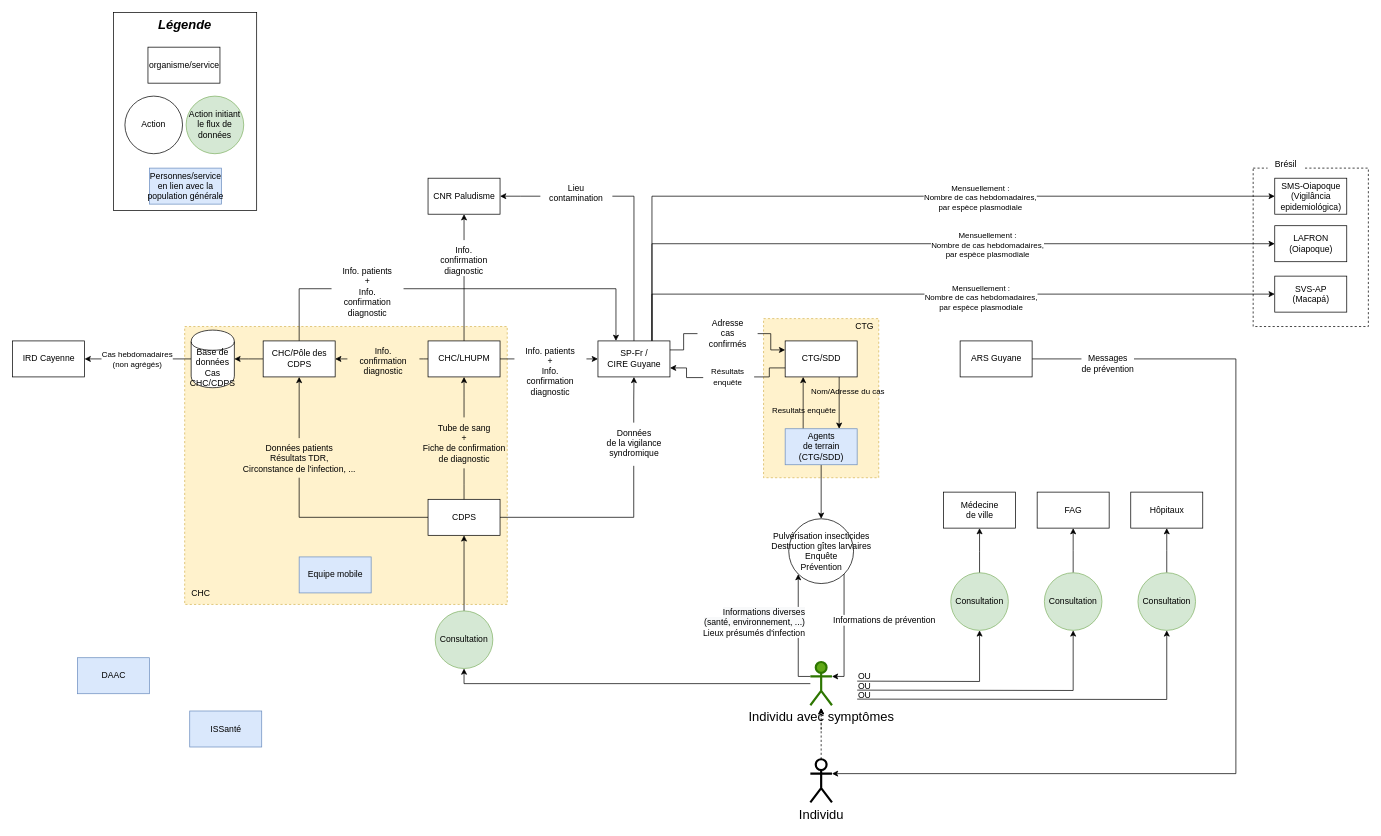
EmmanuelRouxIRD/VigiFront-Saude keeps this draw.io diagram as Paludisme_FR-GF.drawio. Above is the earlier version. Source tidied: cells renumbered, new cells numbered last; positions are measured from the earlier drawing's top-left corner, leaving out a move shared by most shapes. Both pictures are drawn from the tidied source at 72%, with x=0, y=0 at pixel (12, 12).
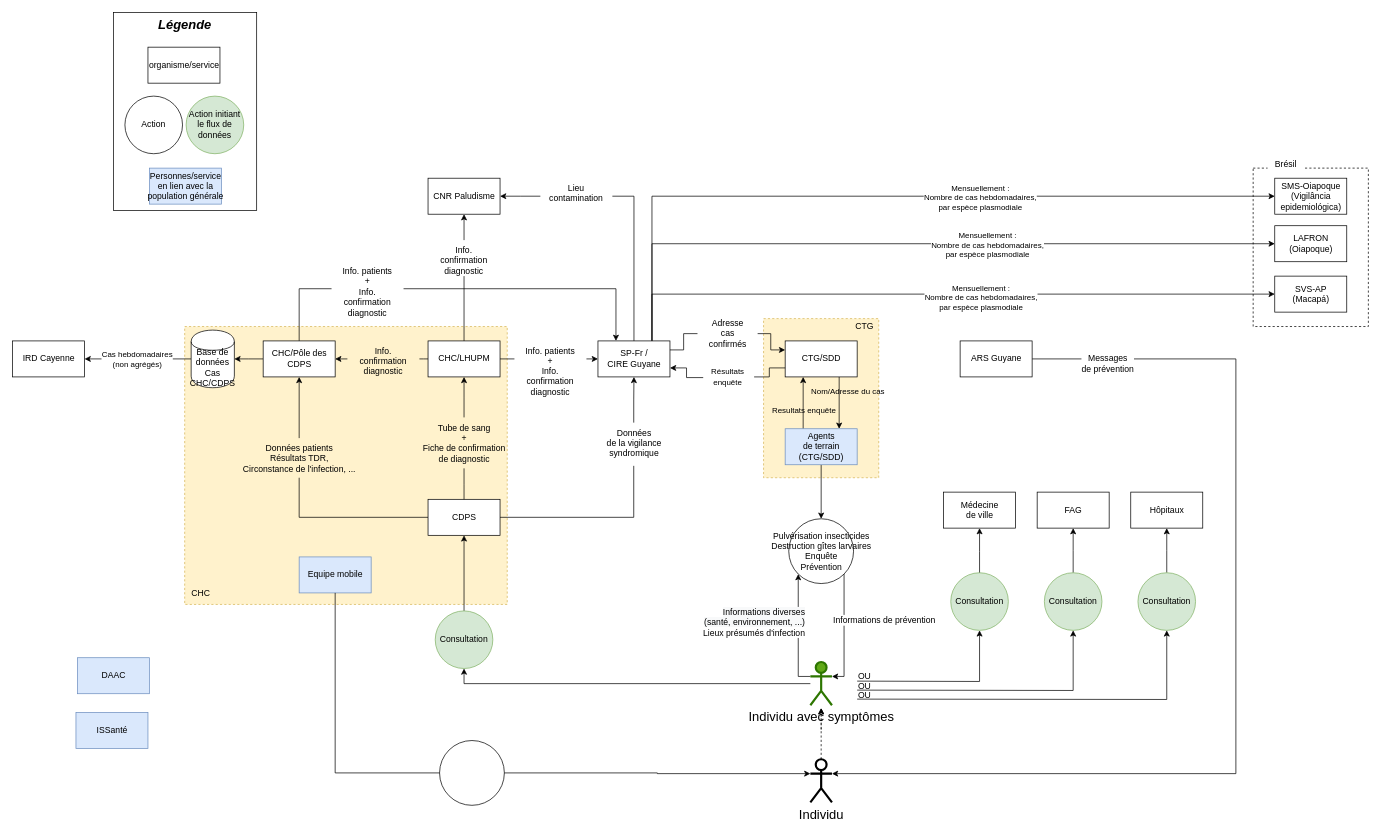
The same diagram, later.

Commit message (it also covers changes not shown here):
Mettre à jour Paludisme_FR-GF.drawio

The change refers to these unchanged cells:
```xml
<mxCell id="84" value="Equipe mobile" style="html=1;dashed=0;whitespace=wrap;fillColor=#dae8fc;strokeColor=#6c8ebf;" parent="1" vertex="1">
  <mxGeometry x="398" y="756" width="100" height="50" as="geometry" />
</mxCell>
<mxCell id="88" value="Individu" style="shape=umlActor;verticalLabelPosition=bottom;verticalAlign=top;html=1;outlineConnect=0;labelBackgroundColor=none;fontSize=18;strokeWidth=3;" parent="1" vertex="1">
  <mxGeometry x="1108" y="1037" width="30" height="60" as="geometry" />
</mxCell>
```

The edit, as a diff of the source:
```diff
@@
     <mxCell id="83" value="ISSanté" style="html=1;dashed=0;whitespace=wrap;fillColor=#dae8fc;strokeColor=#6c8ebf;" parent="1" vertex="1">
-      <mxGeometry x="246" y="970" width="100" height="50" as="geometry" />
+      <mxGeometry x="88" y="972" width="100" height="50" as="geometry" />
     </mxCell>
+    <mxCell id="104" style="edgeStyle=orthogonalEdgeStyle;rounded=0;jettySize=auto;html=1;entryX=0;entryY=0.3333333333333333;entryDx=0;entryDy=0;entryPerimeter=0;fontSize=12;fontColor=#000000;startArrow=none;startFill=0;endArrow=classic;endFill=1;exitX=1;exitY=0.5;exitDx=0;exitDy=0;" parent="1" edge="1" source="106" target="88">
+      <mxGeometry relative="1" as="geometry" />
+    </mxCell>
@@
+    <mxCell id="105" style="edgeStyle=orthogonalEdgeStyle;rounded=0;jettySize=auto;html=1;entryX=0;entryY=0.5;entryDx=0;entryDy=0;fontSize=12;fontColor=#000000;startArrow=none;startFill=0;endArrow=none;endFill=1;exitX=0.5;exitY=1;exitDx=0;exitDy=0;" parent="1" edge="1" source="84" target="106">
+      <mxGeometry relative="1" as="geometry" />
+    </mxCell>
+    <mxCell id="106" value="&lt;div style=&quot;&quot;&gt;&lt;br&gt;&lt;/div&gt;" style="shape=ellipse;html=1;dashed=0;whitespace=wrap;perimeter=ellipsePerimeter;fillColor=none;align=center;labelPosition=center;verticalLabelPosition=middle;verticalAlign=middle;" parent="1" vertex="1">
+      <mxGeometry x="593" y="1011" width="90" height="90" as="geometry" />
+    </mxCell>
```
